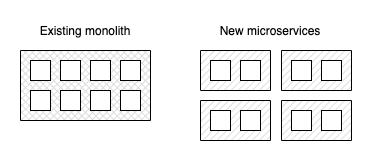
Before: tech-migration-systems.png, a diagram exported from draw.io (stellarjaydoc/architecture). Source tidied: cells renumbered, new cells last; positions are measured from the earlier drawing's top-left corner, leaving out a move shared by most shapes. Its diagram source:
```xml
<mxGraphModel>
  <root>
    <mxCell id="0" />
    <mxCell id="1" parent="0" />
    <mxCell id="2" style="verticalLabelPosition=bottom;verticalAlign=top;html=1;shape=mxgraph.basic.patternFillRect;fillStyle=diagGrid;step=5;fillStrokeWidth=0.2;fillStrokeColor=#dddddd;" parent="1" vertex="1">
      <mxGeometry y="30" width="130" height="70" as="geometry" />
    </mxCell>
    <mxCell id="3" style="verticalLabelPosition=bottom;verticalAlign=top;html=1;shape=mxgraph.basic.patternFillRect;fillStyle=diag;step=5;fillStrokeWidth=0.2;fillStrokeColor=#dddddd;" parent="1" vertex="1">
      <mxGeometry x="180" y="30" width="70" height="40" as="geometry" />
    </mxCell>
    <mxCell id="4" style="whiteSpace=wrap;html=1;" parent="1" vertex="1">
      <mxGeometry x="10" y="40" width="20" height="20" as="geometry" />
    </mxCell>
    <mxCell id="5" style="whiteSpace=wrap;html=1;" parent="1" vertex="1">
      <mxGeometry x="40" y="40" width="20" height="20" as="geometry" />
    </mxCell>
    <mxCell id="6" style="whiteSpace=wrap;html=1;" parent="1" vertex="1">
      <mxGeometry x="70" y="40" width="20" height="20" as="geometry" />
    </mxCell>
    <mxCell id="7" style="whiteSpace=wrap;html=1;" parent="1" vertex="1">
      <mxGeometry x="100" y="40" width="20" height="20" as="geometry" />
    </mxCell>
    <mxCell id="8" style="whiteSpace=wrap;html=1;" parent="1" vertex="1">
      <mxGeometry x="10" y="70" width="20" height="20" as="geometry" />
    </mxCell>
    <mxCell id="9" style="whiteSpace=wrap;html=1;" parent="1" vertex="1">
      <mxGeometry x="40" y="70" width="20" height="20" as="geometry" />
    </mxCell>
    <mxCell id="10" style="whiteSpace=wrap;html=1;" parent="1" vertex="1">
      <mxGeometry x="70" y="70" width="20" height="20" as="geometry" />
    </mxCell>
    <mxCell id="11" style="whiteSpace=wrap;html=1;" parent="1" vertex="1">
      <mxGeometry x="100" y="70" width="20" height="20" as="geometry" />
    </mxCell>
    <mxCell id="12" style="whiteSpace=wrap;html=1;" parent="1" vertex="1">
      <mxGeometry x="190" y="40" width="20" height="20" as="geometry" />
    </mxCell>
    <mxCell id="13" style="whiteSpace=wrap;html=1;" parent="1" vertex="1">
      <mxGeometry x="220" y="40" width="20" height="20" as="geometry" />
    </mxCell>
    <mxCell id="14" style="verticalLabelPosition=bottom;verticalAlign=top;html=1;shape=mxgraph.basic.patternFillRect;fillStyle=diag;step=5;fillStrokeWidth=0.2;fillStrokeColor=#dddddd;" parent="1" vertex="1">
      <mxGeometry x="180" y="80" width="70" height="40" as="geometry" />
    </mxCell>
    <mxCell id="15" style="whiteSpace=wrap;html=1;" parent="1" vertex="1">
      <mxGeometry x="190" y="90" width="20" height="20" as="geometry" />
    </mxCell>
    <mxCell id="16" style="whiteSpace=wrap;html=1;" parent="1" vertex="1">
      <mxGeometry x="220" y="90" width="20" height="20" as="geometry" />
    </mxCell>
    <mxCell id="17" style="verticalLabelPosition=bottom;verticalAlign=top;html=1;shape=mxgraph.basic.patternFillRect;fillStyle=diag;step=5;fillStrokeWidth=0.2;fillStrokeColor=#dddddd;" parent="1" vertex="1">
      <mxGeometry x="261" y="30" width="70" height="40" as="geometry" />
    </mxCell>
    <mxCell id="18" style="whiteSpace=wrap;html=1;" parent="1" vertex="1">
      <mxGeometry x="271" y="40" width="20" height="20" as="geometry" />
    </mxCell>
    <mxCell id="19" style="whiteSpace=wrap;html=1;" parent="1" vertex="1">
      <mxGeometry x="301" y="40" width="20" height="20" as="geometry" />
    </mxCell>
    <mxCell id="20" style="verticalLabelPosition=bottom;verticalAlign=top;html=1;shape=mxgraph.basic.patternFillRect;fillStyle=diag;step=5;fillStrokeWidth=0.2;fillStrokeColor=#dddddd;" parent="1" vertex="1">
      <mxGeometry x="261" y="80" width="70" height="40" as="geometry" />
    </mxCell>
    <mxCell id="21" style="whiteSpace=wrap;html=1;" parent="1" vertex="1">
      <mxGeometry x="271" y="90" width="20" height="20" as="geometry" />
    </mxCell>
    <mxCell id="22" style="whiteSpace=wrap;html=1;" parent="1" vertex="1">
      <mxGeometry x="301" y="90" width="20" height="20" as="geometry" />
    </mxCell>
    <mxCell id="23" value="Existing monolith" style="text;html=1;strokeColor=none;fillColor=none;align=center;verticalAlign=middle;whiteSpace=wrap;rounded=0;" parent="1" vertex="1">
      <mxGeometry x="5" width="120" height="20" as="geometry" />
    </mxCell>
    <mxCell id="24" value="New microservices" style="text;html=1;strokeColor=none;fillColor=none;align=center;verticalAlign=middle;whiteSpace=wrap;rounded=0;" parent="1" vertex="1">
      <mxGeometry x="190" width="120" height="20" as="geometry" />
    </mxCell>
  </root>
</mxGraphModel>
```
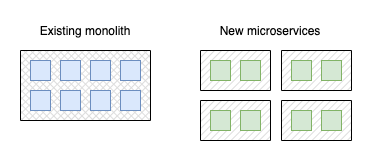
After the commit.

Change to the diagram source:
```diff
@@ -8,61 +8,61 @@
     <mxCell id="3" style="verticalLabelPosition=bottom;verticalAlign=top;html=1;shape=mxgraph.basic.patternFillRect;fillStyle=diag;step=5;fillStrokeWidth=0.2;fillStrokeColor=#dddddd;" parent="1" vertex="1">
       <mxGeometry x="180" y="30" width="70" height="40" as="geometry" />
     </mxCell>
-    <mxCell id="4" style="whiteSpace=wrap;html=1;" parent="1" vertex="1">
+    <mxCell id="4" style="whiteSpace=wrap;html=1;fillColor=#dae8fc;strokeColor=#6c8ebf;" parent="1" vertex="1">
       <mxGeometry x="10" y="40" width="20" height="20" as="geometry" />
     </mxCell>
-    <mxCell id="5" style="whiteSpace=wrap;html=1;" parent="1" vertex="1">
+    <mxCell id="5" style="whiteSpace=wrap;html=1;fillColor=#dae8fc;strokeColor=#6c8ebf;" parent="1" vertex="1">
       <mxGeometry x="40" y="40" width="20" height="20" as="geometry" />
     </mxCell>
-    <mxCell id="6" style="whiteSpace=wrap;html=1;" parent="1" vertex="1">
+    <mxCell id="6" style="whiteSpace=wrap;html=1;fillColor=#dae8fc;strokeColor=#6c8ebf;" parent="1" vertex="1">
       <mxGeometry x="70" y="40" width="20" height="20" as="geometry" />
     </mxCell>
-    <mxCell id="7" style="whiteSpace=wrap;html=1;" parent="1" vertex="1">
+    <mxCell id="7" style="whiteSpace=wrap;html=1;fillColor=#dae8fc;strokeColor=#6c8ebf;" parent="1" vertex="1">
       <mxGeometry x="100" y="40" width="20" height="20" as="geometry" />
     </mxCell>
-    <mxCell id="8" style="whiteSpace=wrap;html=1;" parent="1" vertex="1">
+    <mxCell id="8" style="whiteSpace=wrap;html=1;fillColor=#dae8fc;strokeColor=#6c8ebf;" parent="1" vertex="1">
       <mxGeometry x="10" y="70" width="20" height="20" as="geometry" />
     </mxCell>
-    <mxCell id="9" style="whiteSpace=wrap;html=1;" parent="1" vertex="1">
+    <mxCell id="9" style="whiteSpace=wrap;html=1;fillColor=#dae8fc;strokeColor=#6c8ebf;" parent="1" vertex="1">
       <mxGeometry x="40" y="70" width="20" height="20" as="geometry" />
     </mxCell>
-    <mxCell id="10" style="whiteSpace=wrap;html=1;" parent="1" vertex="1">
+    <mxCell id="10" style="whiteSpace=wrap;html=1;fillColor=#dae8fc;strokeColor=#6c8ebf;" parent="1" vertex="1">
       <mxGeometry x="70" y="70" width="20" height="20" as="geometry" />
     </mxCell>
-    <mxCell id="11" style="whiteSpace=wrap;html=1;" parent="1" vertex="1">
+    <mxCell id="11" style="whiteSpace=wrap;html=1;fillColor=#dae8fc;strokeColor=#6c8ebf;" parent="1" vertex="1">
       <mxGeometry x="100" y="70" width="20" height="20" as="geometry" />
     </mxCell>
-    <mxCell id="12" style="whiteSpace=wrap;html=1;" parent="1" vertex="1">
+    <mxCell id="12" style="whiteSpace=wrap;html=1;fillColor=#d5e8d4;strokeColor=#82b366;" parent="1" vertex="1">
       <mxGeometry x="190" y="40" width="20" height="20" as="geometry" />
     </mxCell>
-    <mxCell id="13" style="whiteSpace=wrap;html=1;" parent="1" vertex="1">
+    <mxCell id="13" style="whiteSpace=wrap;html=1;fillColor=#d5e8d4;strokeColor=#82b366;" parent="1" vertex="1">
       <mxGeometry x="220" y="40" width="20" height="20" as="geometry" />
     </mxCell>
     <mxCell id="14" style="verticalLabelPosition=bottom;verticalAlign=top;html=1;shape=mxgraph.basic.patternFillRect;fillStyle=diag;step=5;fillStrokeWidth=0.2;fillStrokeColor=#dddddd;" parent="1" vertex="1">
       <mxGeometry x="180" y="80" width="70" height="40" as="geometry" />
     </mxCell>
-    <mxCell id="15" style="whiteSpace=wrap;html=1;" parent="1" vertex="1">
+    <mxCell id="15" style="whiteSpace=wrap;html=1;fillColor=#d5e8d4;strokeColor=#82b366;" parent="1" vertex="1">
       <mxGeometry x="190" y="90" width="20" height="20" as="geometry" />
     </mxCell>
-    <mxCell id="16" style="whiteSpace=wrap;html=1;" parent="1" vertex="1">
+    <mxCell id="16" style="whiteSpace=wrap;html=1;fillColor=#d5e8d4;strokeColor=#82b366;" parent="1" vertex="1">
       <mxGeometry x="220" y="90" width="20" height="20" as="geometry" />
     </mxCell>
     <mxCell id="17" style="verticalLabelPosition=bottom;verticalAlign=top;html=1;shape=mxgraph.basic.patternFillRect;fillStyle=diag;step=5;fillStrokeWidth=0.2;fillStrokeColor=#dddddd;" parent="1" vertex="1">
       <mxGeometry x="261" y="30" width="70" height="40" as="geometry" />
     </mxCell>
-    <mxCell id="18" style="whiteSpace=wrap;html=1;" parent="1" vertex="1">
+    <mxCell id="18" style="whiteSpace=wrap;html=1;fillColor=#d5e8d4;strokeColor=#82b366;" parent="1" vertex="1">
       <mxGeometry x="271" y="40" width="20" height="20" as="geometry" />
     </mxCell>
-    <mxCell id="19" style="whiteSpace=wrap;html=1;" parent="1" vertex="1">
+    <mxCell id="19" style="whiteSpace=wrap;html=1;fillColor=#d5e8d4;strokeColor=#82b366;" parent="1" vertex="1">
       <mxGeometry x="301" y="40" width="20" height="20" as="geometry" />
     </mxCell>
     <mxCell id="20" style="verticalLabelPosition=bottom;verticalAlign=top;html=1;shape=mxgraph.basic.patternFillRect;fillStyle=diag;step=5;fillStrokeWidth=0.2;fillStrokeColor=#dddddd;" parent="1" vertex="1">
       <mxGeometry x="261" y="80" width="70" height="40" as="geometry" />
     </mxCell>
-    <mxCell id="21" style="whiteSpace=wrap;html=1;" parent="1" vertex="1">
+    <mxCell id="21" style="whiteSpace=wrap;html=1;fillColor=#d5e8d4;strokeColor=#82b366;" parent="1" vertex="1">
       <mxGeometry x="271" y="90" width="20" height="20" as="geometry" />
     </mxCell>
-    <mxCell id="22" style="whiteSpace=wrap;html=1;" parent="1" vertex="1">
+    <mxCell id="22" style="whiteSpace=wrap;html=1;fillColor=#d5e8d4;strokeColor=#82b366;" parent="1" vertex="1">
       <mxGeometry x="301" y="90" width="20" height="20" as="geometry" />
     </mxCell>
     <mxCell id="23" value="Existing monolith" style="text;html=1;strokeColor=none;fillColor=none;align=center;verticalAlign=middle;whiteSpace=wrap;rounded=0;" parent="1" vertex="1">
```
